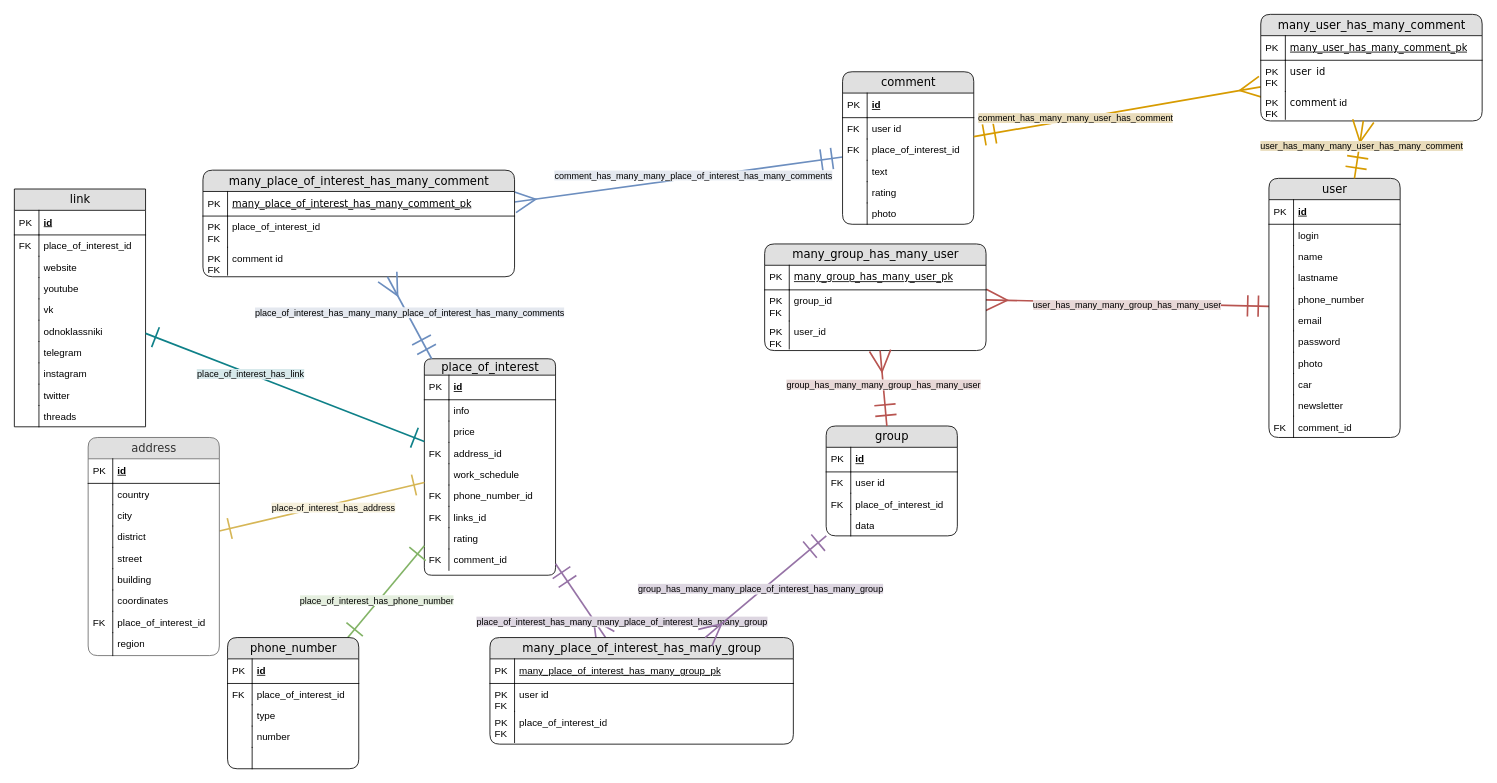
This is diagram/ERD подробная.drawio from RinaBoni/travel_helper, a draw.io file, before an edit. Source tidied: cells renumbered, new cells numbered last; positions are measured from the earlier drawing's top-left corner, leaving out a move shared by most shapes. Both pictures are drawn from the tidied source at 82%, with x=0, y=0 at pixel (14, 14).
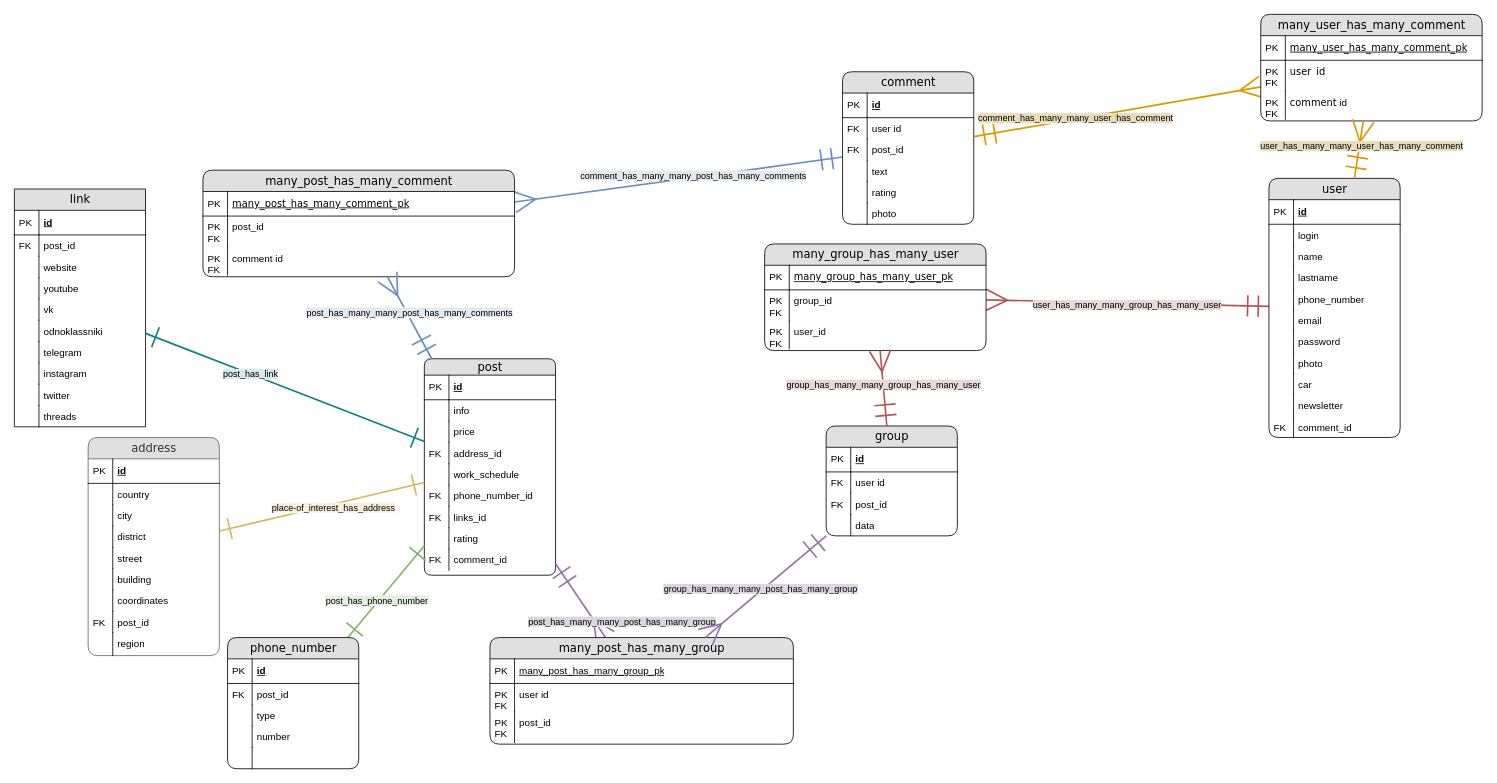
Above is the later version.

Commit message:
переименование place_of_interest на post

Unchanged cells that the change refers to:
```xml
<mxCell id="2" style="jettySize=auto;html=1;startArrow=ERmany;startFill=0;endArrow=ERmandOne;endFill=0;endSize=23;startSize=23;rounded=1;fillColor=#dae8fc;strokeColor=#6c8ebf;strokeWidth=2;" parent="1" edge="1" source="140" target="23">
  <mxGeometry relative="1" as="geometry" />
</mxCell>
<mxCell id="23" value="comment" style="swimlane;html=1;fontStyle=0;horizontal=1;startSize=26;fillColor=#e0e0e0;swimlaneFillColor=#ffffff;align=center;rounded=1;shadow=0;comic=0;labelBackgroundColor=none;strokeWidth=1;fontFamily=Verdana;fontSize=14;" parent="1" vertex="1">
  <mxGeometry x="1010" y="70" width="160" height="186" as="geometry" />
</mxCell>
<mxCell id="61" value="link" style="swimlane;html=1;fontStyle=0;horizontal=1;startSize=26;fillColor=#e0e0e0;swimlaneFillColor=#ffffff;align=center;rounded=1;shadow=0;comic=0;labelBackgroundColor=none;strokeWidth=1;fontFamily=Verdana;fontSize=14;arcSize=0;" parent="1" vertex="1">
  <mxGeometry y="213" width="160" height="290" as="geometry" />
</mxCell>
<mxCell id="86" value="address" style="swimlane;html=1;fontStyle=0;horizontal=1;startSize=26;swimlaneFillColor=#ffffff;align=center;rounded=1;shadow=0;comic=0;labelBackgroundColor=none;strokeWidth=1;fontFamily=Verdana;fontSize=14;fillColor=#E0E0E0;strokeColor=#666666;fontColor=#333333;" parent="1" vertex="1">
  <mxGeometry x="90" y="516" width="160" height="266" as="geometry" />
</mxCell>
<mxCell id="105" style="rounded=1;jettySize=auto;html=1;endArrow=ERone;endFill=0;fillColor=#d5e8d4;strokeColor=#82b366;strokeWidth=2;startArrow=ERone;startFill=0;endSize=23;startSize=23;" parent="1" edge="1" source="107" target="4">
  <mxGeometry relative="1" as="geometry" />
</mxCell>
<mxCell id="107" value="phone_number" style="swimlane;html=1;fontStyle=0;horizontal=1;startSize=26;fillColor=#e0e0e0;swimlaneFillColor=#ffffff;align=center;rounded=1;shadow=0;comic=0;labelBackgroundColor=none;strokeWidth=1;fontFamily=Verdana;fontSize=14;" parent="1" vertex="1">
  <mxGeometry x="260" y="760" width="160" height="160" as="geometry" />
</mxCell>
<mxCell id="118" style="rounded=1;jettySize=auto;html=1;endSize=23;startSize=23;endArrow=ERone;endFill=0;fillColor=#b0e3e6;strokeColor=#0e8088;strokeWidth=2;startArrow=ERone;startFill=0;" parent="1" edge="1" source="61" target="4">
  <mxGeometry relative="1" as="geometry" />
</mxCell>
<mxCell id="120" style="rounded=0;jettySize=auto;html=1;startArrow=ERmany;startFill=0;endArrow=ERmandOne;endFill=0;endSize=23;startSize=23;fillColor=#e1d5e7;strokeColor=#9673a6;strokeWidth=2;" parent="1" edge="1" source="131" target="4">
  <mxGeometry relative="1" as="geometry" />
</mxCell>
<mxCell id="122" value="group" style="swimlane;html=1;fontStyle=0;horizontal=1;startSize=26;fillColor=#e0e0e0;swimlaneFillColor=#ffffff;align=center;rounded=1;shadow=0;comic=0;labelBackgroundColor=none;strokeWidth=1;fontFamily=Verdana;fontSize=14;" parent="1" vertex="1">
  <mxGeometry x="990" y="502" width="160" height="134" as="geometry" />
</mxCell>
<mxCell id="138" style="endArrow=ERmany;html=1;rounded=0;endFill=0;endSize=23;startSize=23;startArrow=ERmandOne;startFill=0;fillColor=#e1d5e7;strokeColor=#9673a6;strokeWidth=2;" parent="1" edge="1" source="122" target="131">
  <mxGeometry relative="1" as="geometry" />
</mxCell>
<mxCell id="147" style="endArrow=ERmandOne;html=1;rounded=0;fillColor=#dae8fc;strokeColor=#6c8ebf;endFill=0;startArrow=ERmany;startFill=0;endSize=23;startSize=23;strokeWidth=2;" parent="1" edge="1" source="140" target="4">
  <mxGeometry relative="1" as="geometry" />
</mxCell>
```

Diff of the diagram source:
```diff
@@
-    <mxCell id="3" value="&lt;span style=&quot;background-color: rgb(228, 232, 239);&quot;&gt;comment_has_many_many_place_of_interest_has_many_comments&lt;/span&gt;" style="edgeLabel;html=1;align=center;verticalAlign=middle;" parent="2" vertex="1">
+    <mxCell id="3" value="&lt;span style=&quot;background-color: rgb(228, 232, 239);&quot;&gt;comment_has_many_many_post_has_many_comments&lt;/span&gt;" style="edgeLabel;html=1;align=center;verticalAlign=middle;" parent="2" vertex="1">
       <mxGeometry x="0.09" y="3" relative="1" as="geometry" />
     </mxCell>
-    <mxCell id="4" value="place_of_interest" style="swimlane;html=1;fontStyle=0;horizontal=1;startSize=20;fillColor=#e0e0e0;swimlaneFillColor=#ffffff;align=center;rounded=1;shadow=0;comic=0;labelBackgroundColor=none;strokeWidth=1;fontFamily=Verdana;fontSize=14;glass=0;swimlaneLine=1;" parent="1" vertex="1">
+    <mxCell id="4" value="post" style="swimlane;html=1;fontStyle=0;horizontal=1;startSize=20;fillColor=#e0e0e0;swimlaneFillColor=#ffffff;align=center;rounded=1;shadow=0;comic=0;labelBackgroundColor=none;strokeWidth=1;fontFamily=Verdana;fontSize=14;glass=0;swimlaneLine=1;" parent="1" vertex="1">
       <mxGeometry x="500" y="420" width="160" height="264" as="geometry" />
     </mxCell>
@@
-    <mxCell id="28" value="place_of_interest_id" style="shape=partialRectangle;top=0;left=0;right=0;bottom=0;html=1;align=left;verticalAlign=top;fillColor=none;spacingLeft=34;spacingRight=4;whiteSpace=wrap;overflow=hidden;" parent="23" vertex="1">
+    <mxCell id="28" value="post_id" style="shape=partialRectangle;top=0;left=0;right=0;bottom=0;html=1;align=left;verticalAlign=top;fillColor=none;spacingLeft=34;spacingRight=4;whiteSpace=wrap;overflow=hidden;" parent="23" vertex="1">
       <mxGeometry y="82" width="160" height="26" as="geometry" />
     </mxCell>
@@
-    <mxCell id="64" value="place_of_interest_id" style="shape=partialRectangle;top=0;left=0;right=0;bottom=0;html=1;align=left;verticalAlign=top;fillColor=none;spacingLeft=34;spacingRight=4;whiteSpace=wrap;overflow=hidden;" parent="61" vertex="1">
+    <mxCell id="64" value="post_id" style="shape=partialRectangle;top=0;left=0;right=0;bottom=0;html=1;align=left;verticalAlign=top;fillColor=none;spacingLeft=34;spacingRight=4;whiteSpace=wrap;overflow=hidden;" parent="61" vertex="1">
       <mxGeometry y="56" width="160" height="26" as="geometry" />
     </mxCell>
@@
-    <mxCell id="101" value="place_of_interest_id" style="shape=partialRectangle;top=0;left=0;right=0;bottom=0;html=1;align=left;verticalAlign=top;fillColor=none;spacingLeft=34;spacingRight=4;whiteSpace=wrap;overflow=hidden;" parent="86" vertex="1">
+    <mxCell id="101" value="post_id" style="shape=partialRectangle;top=0;left=0;right=0;bottom=0;html=1;align=left;verticalAlign=top;fillColor=none;spacingLeft=34;spacingRight=4;whiteSpace=wrap;overflow=hidden;" parent="86" vertex="1">
       <mxGeometry y="212" width="160" height="26" as="geometry" />
     </mxCell>
@@
-    <mxCell id="106" value="&lt;span style=&quot;background-color: rgb(229, 239, 223);&quot;&gt;place_of_interest_has_phone_number&lt;/span&gt;" style="edgeLabel;html=1;align=center;verticalAlign=middle;" parent="105" vertex="1">
+    <mxCell id="106" value="&lt;span style=&quot;background-color: rgb(229, 239, 223);&quot;&gt;post_has_phone_number&lt;/span&gt;" style="edgeLabel;html=1;align=center;verticalAlign=middle;" parent="105" vertex="1">
       <mxGeometry x="-0.22" y="2" relative="1" as="geometry" />
     </mxCell>
@@
-    <mxCell id="110" value="place_of_interest_id" style="shape=partialRectangle;top=0;left=0;right=0;bottom=0;html=1;align=left;verticalAlign=top;fillColor=none;spacingLeft=34;spacingRight=4;whiteSpace=wrap;overflow=hidden;" parent="107" vertex="1">
+    <mxCell id="110" value="post_id" style="shape=partialRectangle;top=0;left=0;right=0;bottom=0;html=1;align=left;verticalAlign=top;fillColor=none;spacingLeft=34;spacingRight=4;whiteSpace=wrap;overflow=hidden;" parent="107" vertex="1">
       <mxGeometry y="56" width="160" height="26" as="geometry" />
     </mxCell>
@@
-    <mxCell id="119" value="&lt;span style=&quot;background-color: rgb(215, 233, 235);&quot;&gt;place_of_interest_has_link&lt;/span&gt;" style="edgeLabel;html=1;align=center;verticalAlign=middle;" parent="118" vertex="1">
+    <mxCell id="119" value="&lt;span style=&quot;background-color: rgb(215, 233, 235);&quot;&gt;post_has_link&lt;/span&gt;" style="edgeLabel;html=1;align=center;verticalAlign=middle;" parent="118" vertex="1">
       <mxGeometry x="-0.25" relative="1" as="geometry" />
     </mxCell>
@@
-    <mxCell id="121" value="&lt;font face=&quot;Helvetica&quot; style=&quot;font-size: 11px; background-color: rgb(221, 214, 225);&quot;&gt;place_of_interest_has_many_many_place_of_interest_has_many_group&lt;/font&gt;" style="edgeLabel;html=1;align=center;verticalAlign=middle;" parent="120" vertex="1">
+    <mxCell id="121" value="&lt;font face=&quot;Helvetica&quot; style=&quot;font-size: 11px; background-color: rgb(221, 214, 225);&quot;&gt;post_has_many_many_post_has_many_group&lt;/font&gt;" style="edgeLabel;html=1;align=center;verticalAlign=middle;" parent="120" vertex="1">
       <mxGeometry x="0.02" y="-2" relative="1" as="geometry">
         <mxPoint x="49" y="27" as="offset" />
       </mxGeometry>
     </mxCell>
@@
-    <mxCell id="127" value="place_of_interest_id" style="shape=partialRectangle;top=0;left=0;right=0;bottom=0;html=1;align=left;verticalAlign=top;fillColor=none;spacingLeft=34;spacingRight=4;whiteSpace=wrap;overflow=hidden;" parent="122" vertex="1">
+    <mxCell id="127" value="post_id" style="shape=partialRectangle;top=0;left=0;right=0;bottom=0;html=1;align=left;verticalAlign=top;fillColor=none;spacingLeft=34;spacingRight=4;whiteSpace=wrap;overflow=hidden;" parent="122" vertex="1">
       <mxGeometry y="82" width="160" height="26" as="geometry" />
     </mxCell>
@@
-    <mxCell id="131" value="many_place_of_interest_has_many_group" style="swimlane;html=1;fontStyle=0;horizontal=1;startSize=26;fillColor=#e0e0e0;swimlaneFillColor=#ffffff;align=center;rounded=1;shadow=0;comic=0;labelBackgroundColor=none;strokeWidth=1;fontFamily=Verdana;fontSize=14;" parent="1" vertex="1">
+    <mxCell id="131" value="many_post_has_many_group" style="swimlane;html=1;fontStyle=0;horizontal=1;startSize=26;fillColor=#e0e0e0;swimlaneFillColor=#ffffff;align=center;rounded=1;shadow=0;comic=0;labelBackgroundColor=none;strokeWidth=1;fontFamily=Verdana;fontSize=14;" parent="1" vertex="1">
       <mxGeometry x="580" y="760" width="370" height="130" as="geometry" />
     </mxCell>
-    <mxCell id="132" value="&lt;span style=&quot;font-weight: 400; text-align: center; text-wrap: nowrap;&quot;&gt;&lt;font style=&quot;font-size: 12px;&quot;&gt;many_place_of_interest_has_many_group_pk&lt;/font&gt;&lt;/span&gt;" style="shape=partialRectangle;top=0;left=0;right=0;bottom=1;html=1;align=left;verticalAlign=middle;fillColor=none;spacingLeft=34;spacingRight=4;whiteSpace=wrap;overflow=hidden;fontStyle=5;" parent="131" vertex="1">
+    <mxCell id="132" value="&lt;span style=&quot;font-weight: 400; text-align: center; text-wrap: nowrap;&quot;&gt;&lt;font style=&quot;font-size: 12px;&quot;&gt;many_post_has_many_group_pk&lt;/font&gt;&lt;/span&gt;" style="shape=partialRectangle;top=0;left=0;right=0;bottom=1;html=1;align=left;verticalAlign=middle;fillColor=none;spacingLeft=34;spacingRight=4;whiteSpace=wrap;overflow=hidden;fontStyle=5;" parent="131" vertex="1">
       <mxGeometry y="26" width="370" height="30" as="geometry" />
     </mxCell>
@@
-    <mxCell id="136" value="place_of_interest_id" style="shape=partialRectangle;top=0;left=0;right=0;bottom=0;html=1;align=left;verticalAlign=top;fillColor=none;spacingLeft=34;spacingRight=4;whiteSpace=wrap;overflow=hidden;" parent="131" vertex="1">
+    <mxCell id="136" value="post_id" style="shape=partialRectangle;top=0;left=0;right=0;bottom=0;html=1;align=left;verticalAlign=top;fillColor=none;spacingLeft=34;spacingRight=4;whiteSpace=wrap;overflow=hidden;" parent="131" vertex="1">
       <mxGeometry y="90" width="370" height="38" as="geometry" />
     </mxCell>
@@
-    <mxCell id="139" value="&lt;font face=&quot;Helvetica&quot; style=&quot;font-size: 11px; background-color: rgb(221, 214, 225);&quot;&gt;group_has_many_many_place_of_interest_has_many_group&lt;/font&gt;" style="edgeLabel;html=1;align=center;verticalAlign=middle;" parent="138" vertex="1">
+    <mxCell id="139" value="&lt;font face=&quot;Helvetica&quot; style=&quot;font-size: 11px; background-color: rgb(221, 214, 225);&quot;&gt;group_has_many_many_post_has_many_group&lt;/font&gt;" style="edgeLabel;html=1;align=center;verticalAlign=middle;" parent="138" vertex="1">
       <mxGeometry x="0.07" y="-2" relative="1" as="geometry" />
     </mxCell>
-    <mxCell id="140" value="many_place_of_interest_has_many_comment" style="swimlane;html=1;fontStyle=0;horizontal=1;startSize=26;fillColor=#e0e0e0;swimlaneFillColor=#ffffff;align=center;rounded=1;shadow=0;comic=0;labelBackgroundColor=none;strokeWidth=1;fontFamily=Verdana;fontSize=14;" parent="1" vertex="1">
+    <mxCell id="140" value="many_post_has_many_comment" style="swimlane;html=1;fontStyle=0;horizontal=1;startSize=26;fillColor=#e0e0e0;swimlaneFillColor=#ffffff;align=center;rounded=1;shadow=0;comic=0;labelBackgroundColor=none;strokeWidth=1;fontFamily=Verdana;fontSize=14;" parent="1" vertex="1">
       <mxGeometry x="230" y="190" width="380" height="130" as="geometry" />
     </mxCell>
-    <mxCell id="141" value="&lt;font style=&quot;font-size: 12px;&quot;&gt;&lt;span style=&quot;font-family: Verdana; font-weight: 400; text-align: center; text-wrap: nowrap;&quot;&gt;many_place_of_interest_has_many_&lt;/span&gt;&lt;span style=&quot;font-family: Verdana; font-weight: 400; text-align: center; text-wrap: nowrap;&quot;&gt;comment&lt;/span&gt;&lt;span style=&quot;font-family: Verdana; font-weight: 400; text-align: center; text-wrap: nowrap;&quot;&gt;_pk&lt;/span&gt;&lt;/font&gt;" style="shape=partialRectangle;top=0;left=0;right=0;bottom=1;html=1;align=left;verticalAlign=middle;fillColor=none;spacingLeft=34;spacingRight=4;whiteSpace=wrap;overflow=hidden;fontStyle=5;" parent="140" vertex="1">
+    <mxCell id="141" value="&lt;font style=&quot;font-size: 12px;&quot;&gt;&lt;span style=&quot;font-family: Verdana; font-weight: 400; text-align: center; text-wrap: nowrap;&quot;&gt;many_post_has_many_&lt;/span&gt;&lt;span style=&quot;font-family: Verdana; font-weight: 400; text-align: center; text-wrap: nowrap;&quot;&gt;comment&lt;/span&gt;&lt;span style=&quot;font-family: Verdana; font-weight: 400; text-align: center; text-wrap: nowrap;&quot;&gt;_pk&lt;/span&gt;&lt;/font&gt;" style="shape=partialRectangle;top=0;left=0;right=0;bottom=1;html=1;align=left;verticalAlign=middle;fillColor=none;spacingLeft=34;spacingRight=4;whiteSpace=wrap;overflow=hidden;fontStyle=5;" parent="140" vertex="1">
       <mxGeometry y="26" width="380" height="30" as="geometry" />
     </mxCell>
@@
-    <mxCell id="143" value="&lt;font face=&quot;Helvetica&quot; style=&quot;font-size: 12px;&quot;&gt;place_of_interest_id&lt;/font&gt;" style="shape=partialRectangle;top=0;left=0;right=0;bottom=0;html=1;align=left;verticalAlign=top;fillColor=none;spacingLeft=34;spacingRight=4;whiteSpace=wrap;overflow=hidden;" parent="140" vertex="1">
+    <mxCell id="143" value="&lt;font face=&quot;Helvetica&quot; style=&quot;font-size: 12px;&quot;&gt;post_id&lt;/font&gt;" style="shape=partialRectangle;top=0;left=0;right=0;bottom=0;html=1;align=left;verticalAlign=top;fillColor=none;spacingLeft=34;spacingRight=4;whiteSpace=wrap;overflow=hidden;" parent="140" vertex="1">
       <mxGeometry y="56" width="380" height="38" as="geometry" />
     </mxCell>
@@
-    <mxCell id="148" value="&lt;span style=&quot;background-color: rgb(228, 232, 239);&quot;&gt;place_of_interest_has_many_many_place_of_interest_has_many_comments&lt;/span&gt;" style="edgeLabel;html=1;align=center;verticalAlign=middle;" parent="147" vertex="1">
+    <mxCell id="148" value="&lt;span style=&quot;background-color: rgb(228, 232, 239);&quot;&gt;post_has_many_many_post_has_many_comments&lt;/span&gt;" style="edgeLabel;html=1;align=center;verticalAlign=middle;" parent="147" vertex="1">
       <mxGeometry x="-0.11" y="3" relative="1" as="geometry" />
     </mxCell>
```
